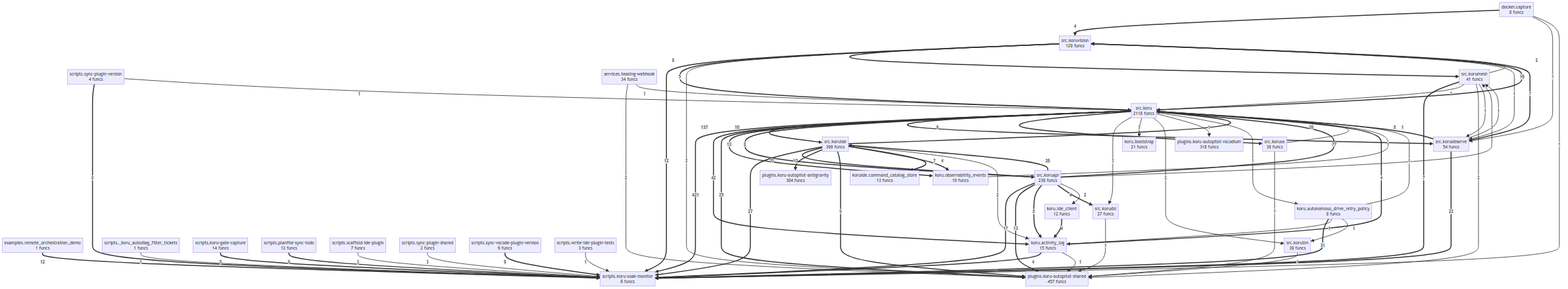
The Mermaid diagram project/compact_flow.png in semcod/koru, before a commit. Its source is kept beside it as project/compact_flow.mmd.
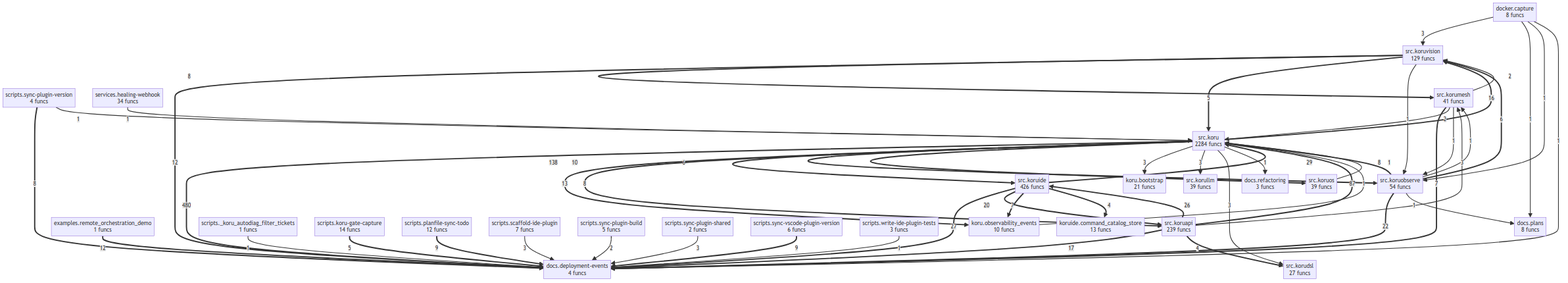
After the commit.

The edit, as a diff of the source:
```diff
@@ -1,103 +1,80 @@
 flowchart TD
     docker__capture["docker.capture<br/>8 funcs"]
+    docs__deployment_events["docs.deployment-events<br/>4 funcs"]
+    docs__plans["docs.plans<br/>8 funcs"]
+    docs__refactoring["docs.refactoring<br/>3 funcs"]
     examples__remote_orchestration_demo["examples.remote_orchestration_demo<br/>1 funcs"]
-    koru__activity_log["koru.activity_log<br/>15 funcs"]
-    koru__autonomous_drive_retry_policy["koru.autonomous_drive_retry_policy<br/>8 funcs"]
     koru__bootstrap["koru.bootstrap<br/>21 funcs"]
-    koru__ide_client["koru.ide_client<br/>12 funcs"]
     koru__observability_events["koru.observability_events<br/>10 funcs"]
     koruide__command_catalog_store["koruide.command_catalog_store<br/>13 funcs"]
-    plugins__koru_autopilot_antigravity["plugins.koru-autopilot-antigravity<br/>304 funcs"]
-    plugins__koru_autopilot_shared["plugins.koru-autopilot-shared<br/>457 funcs"]
-    plugins__koru_autopilot_vscodium["plugins.koru-autopilot-vscodium<br/>318 funcs"]
     scripts___koru_autodiag_filter_tickets["scripts._koru_autodiag_filter_tickets<br/>1 funcs"]
     scripts__koru_gate_capture["scripts.koru-gate-capture<br/>14 funcs"]
-    scripts__koru_soak_monitor["scripts.koru-soak-monitor<br/>6 funcs"]
     scripts__planfile_sync_todo["scripts.planfile-sync-todo<br/>12 funcs"]
     scripts__scaffold_ide_plugin["scripts.scaffold-ide-plugin<br/>7 funcs"]
+    scripts__sync_plugin_build["scripts.sync-plugin-build<br/>5 funcs"]
     scripts__sync_plugin_shared["scripts.sync-plugin-shared<br/>2 funcs"]
     scripts__sync_plugin_version["scripts.sync-plugin-version<br/>4 funcs"]
     scripts__sync_vscode_plugin_version["scripts.sync-vscode-plugin-version<br/>6 funcs"]
     scripts__write_ide_plugin_tests["scripts.write-ide-plugin-tests<br/>3 funcs"]
     services__healing_webhook["services.healing-webhook<br/>34 funcs"]
-    src__koru["src.koru<br/>2118 funcs"]
+    src__koru["src.koru<br/>2284 funcs"]
     src__koruapi["src.koruapi<br/>239 funcs"]
     src__korudsl["src.korudsl<br/>27 funcs"]
-    src__koruide["src.koruide<br/>399 funcs"]
+    src__koruide["src.koruide<br/>426 funcs"]
     src__korullm["src.korullm<br/>39 funcs"]
     src__korumesh["src.korumesh<br/>41 funcs"]
     src__koruobserve["src.koruobserve<br/>54 funcs"]
     src__koruos["src.koruos<br/>39 funcs"]
     src__koruvision["src.koruvision<br/>129 funcs"]
-    src__koru ==>|421| scripts__koru_soak_monitor
-    src__koru ==>|137| src__koruide
-    src__koruapi ==>|77| src__koru
-    src__koru ==>|42| koru__activity_log
-    koru__autonomous_drive_retry_policy ==>|31| scripts__koru_soak_monitor
-    src__koruide ==>|27| scripts__koru_soak_monitor
+    src__koru ==>|480| docs__deployment_events
+    src__koru ==>|138| src__koruide
+    src__koruapi ==>|87| src__koru
+    src__koruide ==>|29| src__koru
+    src__koruide ==>|27| docs__deployment_events
     src__koruapi ==>|26| src__koruide
-    src__koruide ==>|26| src__koru
-    src__koru ==>|25| plugins__koru_autopilot_shared
-    src__koruobserve ==>|22| scripts__koru_soak_monitor
+    src__koruobserve ==>|22| docs__deployment_events
     src__koruide ==>|20| src__koruapi
-    src__koruapi ==>|17| scripts__koru_soak_monitor
+    src__koruapi ==>|17| docs__deployment_events
     src__koru ==>|16| src__koruvision
-    src__koruapi ==>|13| plugins__koru_autopilot_shared
     src__koru ==>|13| koru__observability_events
-    examples__remote_orchestration_demo ==>|12| scripts__koru_soak_monitor
-    src__koruvision ==>|12| scripts__koru_soak_monitor
-    src__koruide ==>|10| plugins__koru_autopilot_antigravity
+    examples__remote_orchestration_demo ==>|12| docs__deployment_events
+    src__koruvision ==>|12| docs__deployment_events
     src__koru ==>|10| src__koruobserve
-    src__koruide ==>|9| plugins__koru_autopilot_shared
-    scripts__planfile_sync_todo ==>|9| scripts__koru_soak_monitor
-    scripts__sync_vscode_plugin_version ==>|9| scripts__koru_soak_monitor
+    scripts__planfile_sync_todo ==>|9| docs__deployment_events
+    scripts__sync_vscode_plugin_version ==>|9| docs__deployment_events
     src__koruobserve ==>|8| src__koru
-    src__koruapi ==>|8| koru__activity_log
     src__koruvision ==>|8| src__korumesh
     src__koru ==>|8| src__koruapi
-    scripts__sync_plugin_version ==>|8| scripts__koru_soak_monitor
-    src__koruobserve ==>|7| src__koruvision
-    src__korumesh ==>|7| scripts__koru_soak_monitor
+    scripts__sync_plugin_version ==>|8| docs__deployment_events
+    src__korumesh ==>|7| docs__deployment_events
     src__koruide ==>|7| koru__observability_events
+    src__koruobserve ==>|6| src__koruvision
     src__koru ==>|6| src__koruos
     src__koruvision ==>|5| src__koru
-    scripts__koru_gate_capture ==>|5| scripts__koru_soak_monitor
+    scripts__koru_gate_capture ==>|5| docs__deployment_events
     src__koruapi ==>|4| src__korudsl
     src__koruide ==>|4| koruide__command_catalog_store
-    koru__ide_client ==>|4| koru__activity_log
-    koru__activity_log ==>|4| src__koru
-    koru__activity_log ==>|4| scripts__koru_soak_monitor
-    docker__capture ==>|4| src__koruvision
     src__koruapi -->|3| src__korumesh
+    src__koru -->|3| koru__bootstrap
+    src__koru -->|3| src__korullm
     src__koru -->|3| src__korudsl
-    src__koru -->|3| koru__bootstrap
-    scripts__sync_plugin_shared -->|3| scripts__koru_soak_monitor
-    scripts__scaffold_ide_plugin -->|3| scripts__koru_soak_monitor
-    services__healing_webhook -->|2| plugins__koru_autopilot_shared
-    src__koruapi -->|2| koru__ide_client
-    src__koruvision -->|2| plugins__koru_autopilot_shared
+    docker__capture -->|3| src__koruvision
+    scripts__sync_plugin_shared -->|3| docs__deployment_events
+    scripts__scaffold_ide_plugin -->|3| docs__deployment_events
     src__korumesh -->|2| src__koru
     src__korumesh -->|2| src__koruvision
-    src__korumesh -->|2| plugins__koru_autopilot_shared
-    src__koruide -->|2| koru__activity_log
-    src__koru -->|2| src__korullm
+    scripts__sync_plugin_build -->|2| docs__deployment_events
     services__healing_webhook -->|1| src__koru
     src__koruobserve -->|1| src__korumesh
-    src__koruos -->|1| plugins__koru_autopilot_shared
+    src__koruobserve -->|1| docs__plans
     src__koruos -->|1| src__koru
-    src__korudsl -->|1| plugins__koru_autopilot_shared
-    src__korullm -->|1| plugins__koru_autopilot_shared
     src__koruvision -->|1| src__koruobserve
     src__korumesh -->|1| src__koruobserve
-    src__koru -->|1| plugins__koru_autopilot_vscodium
-    koru__autonomous_drive_retry_policy -->|1| koru__activity_log
-    koru__autonomous_drive_retry_policy -->|1| src__korullm
-    koru__autonomous_drive_retry_policy -->|1| src__koru
-    koru__activity_log -->|1| plugins__koru_autopilot_shared
-    src__koru -->|1| koru__autonomous_drive_retry_policy
+    src__koru -->|1| docs__refactoring
     koru__observability_events -->|1| src__koru
+    docker__capture -->|1| docs__plans
     docker__capture -->|1| src__koruobserve
-    docker__capture -->|1| scripts__koru_soak_monitor
-    scripts__write_ide_plugin_tests -->|1| scripts__koru_soak_monitor
+    docker__capture -->|1| docs__deployment_events
+    scripts__write_ide_plugin_tests -->|1| docs__deployment_events
     scripts__sync_plugin_version -->|1| src__koru
-    scripts___koru_autodiag_filter_tickets -->|1| scripts__koru_soak_monitor
+    scripts___koru_autodiag_filter_tickets -->|1| docs__deployment_events
```
